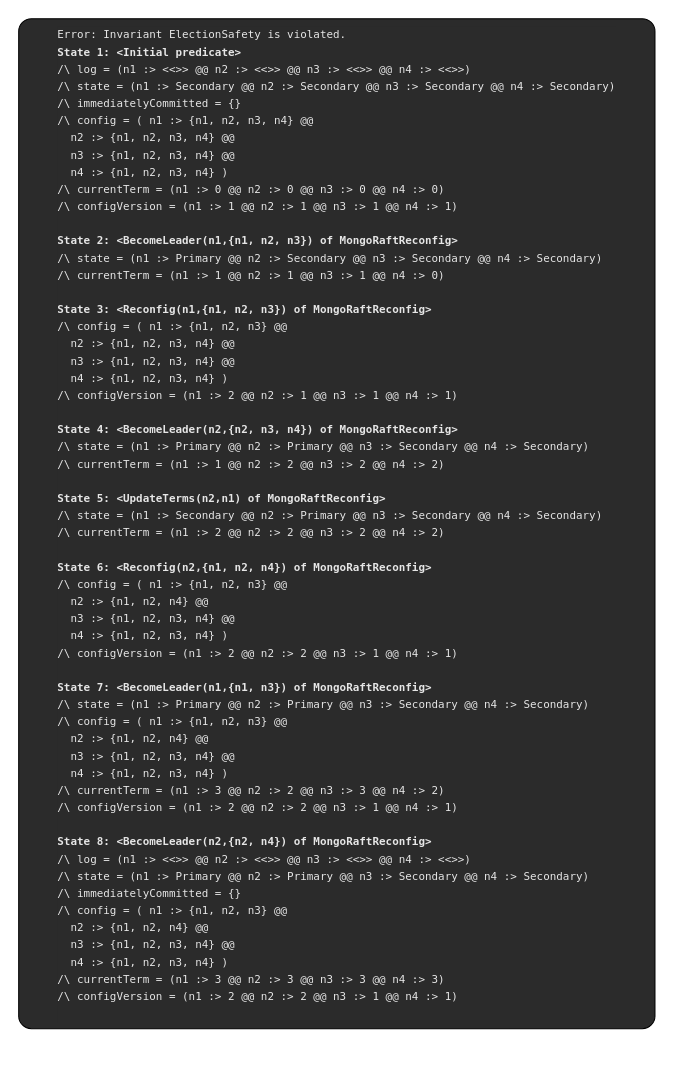
Before: page "t4" (3 of 8) of traces/traces.drawio in will62794/reconfig-traces, a draw.io diagram. Source tidied: cells renumbered, new cells numbered last; positions are measured from the earlier drawing's top-left corner, leaving out a move shared by most shapes. Both pictures are drawn from the tidied source at 101%, with x=0, y=0 at pixel (18, 18).
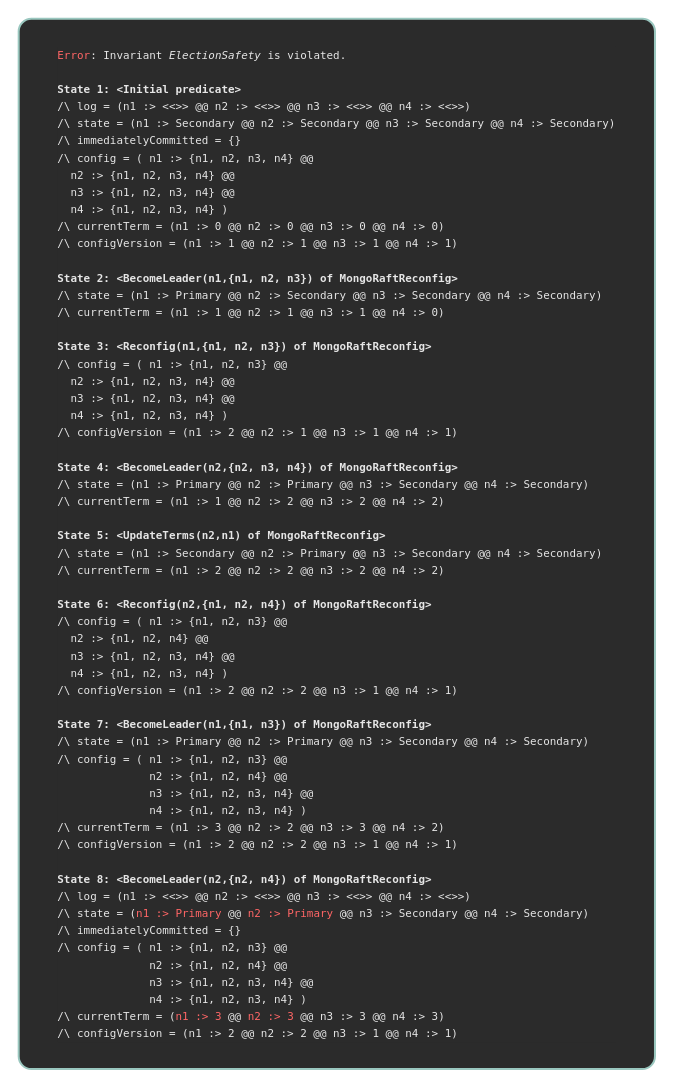
The same diagram, later.

What changed in the source:
```diff
@@
 <mxGraphModel>
   <root>
     <mxCell id="0" />
     <mxCell id="1" parent="0" />
-    <mxCell id="2" value="&lt;div style=&quot;background-color: rgb(43, 43, 43); line-height: 16px;&quot;&gt;&lt;div style=&quot;text-align: left;&quot;&gt;&lt;font style=&quot;color: rgb(230, 230, 230);&quot; face=&quot;Menlo, Monaco, Courier New, monospace&quot;&gt;&lt;span style=&quot;font-size: 10.8px; white-space: pre;&quot;&gt;Error: Invariant ElectionSafety is violated.&lt;br&gt;&lt;b&gt;State 1: &amp;lt;Initial predicate&amp;gt;&lt;br&gt;&lt;/b&gt;/\ log = (n1 :&amp;gt; &amp;lt;&amp;lt;&amp;gt;&amp;gt; @@ n2 :&amp;gt; &amp;lt;&amp;lt;&amp;gt;&amp;gt; @@ n3 :&amp;gt; &amp;lt;&amp;lt;&amp;gt;&amp;gt; @@ n4 :&amp;gt; &amp;lt;&amp;lt;&amp;gt;&amp;gt;)&lt;br&gt;/\ state = (n1 :&amp;gt; Secondary @@ n2 :&amp;gt; Secondary @@ n3 :&amp;gt; Secondary @@ n4 :&amp;gt; Secondary)&lt;br&gt;/\ immediatelyCommitted = {}&lt;br&gt;/\ config = ( n1 :&amp;gt; {n1, n2, n3, n4} @@&lt;br&gt;  n2 :&amp;gt; {n1, n2, n3, n4} @@&lt;br&gt;  n3 :&amp;gt; {n1, n2, n3, n4} @@&lt;br&gt;  n4 :&amp;gt; {n1, n2, n3, n4} )&lt;br&gt;/\ currentTerm = (n1 :&amp;gt; 0 @@ n2 :&amp;gt; 0 @@ n3 :&amp;gt; 0 @@ n4 :&amp;gt; 0)&lt;br&gt;/\ configVersion = (n1 :&amp;gt; 1 @@ n2 :&amp;gt; 1 @@ n3 :&amp;gt; 1 @@ n4 :&amp;gt; 1)&lt;br&gt;&lt;br&gt;&lt;b&gt;State 2: &amp;lt;BecomeLeader(n1,{n1, n2, n3}) of MongoRaftReconfig&amp;gt;&lt;br&gt;&lt;/b&gt;/\ state = (n1 :&amp;gt; Primary @@ n2 :&amp;gt; Secondary @@ n3 :&amp;gt; Secondary @@ n4 :&amp;gt; Secondary)&lt;br&gt;/\ currentTerm = (n1 :&amp;gt; 1 @@ n2 :&amp;gt; 1 @@ n3 :&amp;gt; 1 @@ n4 :&amp;gt; 0)&lt;br&gt;&lt;br&gt;&lt;b&gt;State 3: &amp;lt;Reconfig(n1,{n1, n2, n3}) of MongoRaftReconfig&amp;gt;&lt;br&gt;&lt;/b&gt;/\ config = ( n1 :&amp;gt; {n1, n2, n3} @@&lt;br&gt;  n2 :&amp;gt; {n1, n2, n3, n4} @@&lt;br&gt;  n3 :&amp;gt; {n1, n2, n3, n4} @@&lt;br&gt;  n4 :&amp;gt; {n1, n2, n3, n4} )&lt;br&gt;/\ configVersion = (n1 :&amp;gt; 2 @@ n2 :&amp;gt; 1 @@ n3 :&amp;gt; 1 @@ n4 :&amp;gt; 1)&lt;br&gt;&lt;br&gt;&lt;b&gt;State 4: &amp;lt;BecomeLeader(n2,{n2, n3, n4}) of MongoRaftReconfig&amp;gt;&lt;br&gt;&lt;/b&gt;/\ state = (n1 :&amp;gt; Primary @@ n2 :&amp;gt; Primary @@ n3 :&amp;gt; Secondary @@ n4 :&amp;gt; Secondary)&lt;br&gt;/\ currentTerm = (n1 :&amp;gt; 1 @@ n2 :&amp;gt; 2 @@ n3 :&amp;gt; 2 @@ n4 :&amp;gt; 2)&lt;br&gt;&lt;br&gt;&lt;b&gt;State 5: &amp;lt;UpdateTerms(n2,n1) of MongoRaftReconfig&amp;gt;&lt;br&gt;&lt;/b&gt;/\ state = (n1 :&amp;gt; Secondary @@ n2 :&amp;gt; Primary @@ n3 :&amp;gt; Secondary @@ n4 :&amp;gt; Secondary)&lt;br&gt;/\ currentTerm = (n1 :&amp;gt; 2 @@ n2 :&amp;gt; 2 @@ n3 :&amp;gt; 2 @@ n4 :&amp;gt; 2)&lt;br&gt;&lt;br&gt;&lt;b&gt;State 6: &amp;lt;Reconfig(n2,{n1, n2, n4}) of MongoRaftReconfig&amp;gt;&lt;br&gt;&lt;/b&gt;/\ config = ( n1 :&amp;gt; {n1, n2, n3} @@&lt;br&gt;  n2 :&amp;gt; {n1, n2, n4} @@&lt;br&gt;  n3 :&amp;gt; {n1, n2, n3, n4} @@&lt;br&gt;  n4 :&amp;gt; {n1, n2, n3, n4} )&lt;br&gt;/\ configVersion = (n1 :&amp;gt; 2 @@ n2 :&amp;gt; 2 @@ n3 :&amp;gt; 1 @@ n4 :&amp;gt; 1)&lt;br&gt;&lt;br&gt;&lt;b&gt;State 7: &amp;lt;BecomeLeader(n1,{n1, n3}) of MongoRaftReconfig&amp;gt;&lt;br&gt;&lt;/b&gt;/\ state = (n1 :&amp;gt; Primary @@ n2 :&amp;gt; Primary @@ n3 :&amp;gt; Secondary @@ n4 :&amp;gt; Secondary)&lt;br&gt;/\ config = ( n1 :&amp;gt; {n1, n2, n3} @@&lt;br&gt;  n2 :&amp;gt; {n1, n2, n4} @@&lt;br&gt;  n3 :&amp;gt; {n1, n2, n3, n4} @@&lt;br&gt;  n4 :&amp;gt; {n1, n2, n3, n4} )&lt;br&gt;/\ currentTerm = (n1 :&amp;gt; 3 @@ n2 :&amp;gt; 2 @@ n3 :&amp;gt; 3 @@ n4 :&amp;gt; 2)&lt;br&gt;/\ configVersion = (n1 :&amp;gt; 2 @@ n2 :&amp;gt; 2 @@ n3 :&amp;gt; 1 @@ n4 :&amp;gt; 1)&lt;br&gt;&lt;br&gt;&lt;b&gt;State 8: &amp;lt;BecomeLeader(n2,{n2, n4}) of MongoRaftReconfig&amp;gt;&lt;br&gt;&lt;/b&gt;/\ log = (n1 :&amp;gt; &amp;lt;&amp;lt;&amp;gt;&amp;gt; @@ n2 :&amp;gt; &amp;lt;&amp;lt;&amp;gt;&amp;gt; @@ n3 :&amp;gt; &amp;lt;&amp;lt;&amp;gt;&amp;gt; @@ n4 :&amp;gt; &amp;lt;&amp;lt;&amp;gt;&amp;gt;)&lt;br&gt;/\ state = (n1 :&amp;gt; Primary @@ n2 :&amp;gt; Primary @@ n3 :&amp;gt; Secondary @@ n4 :&amp;gt; Secondary)&lt;br&gt;/\ immediatelyCommitted = {}&lt;br&gt;/\ config = ( n1 :&amp;gt; {n1, n2, n3} @@&lt;br&gt;  n2 :&amp;gt; {n1, n2, n4} @@&lt;br&gt;  n3 :&amp;gt; {n1, n2, n3, n4} @@&lt;br&gt;  n4 :&amp;gt; {n1, n2, n3, n4} )&lt;br&gt;/\ currentTerm = (n1 :&amp;gt; 3 @@ n2 :&amp;gt; 3 @@ n3 :&amp;gt; 3 @@ n4 :&amp;gt; 3)&lt;br&gt;/\ configVersion = (n1 :&amp;gt; 2 @@ n2 :&amp;gt; 2 @@ n3 :&amp;gt; 1 @@ n4 :&amp;gt; 1)&lt;br&gt;&lt;/span&gt;&lt;/font&gt;&lt;span style=&quot;color: rgb(169, 183, 198); font-family: Menlo, Monaco, &amp;quot;Courier New&amp;quot;, monospace; font-size: 10.8px; white-space: pre;&quot;&gt;&lt;br&gt;&lt;/span&gt;&lt;/div&gt;&lt;/div&gt;" style="text;html=1;align=center;verticalAlign=middle;whiteSpace=wrap;rounded=1;strokeColor=default;fillColor=light-dark(#2B2B2B,#282A35);gradientColor=none;arcSize=2;" parent="1" vertex="1">
-      <mxGeometry width="630" height="1000" as="geometry" />
+    <mxCell id="2" value="&lt;div style=&quot;background-color: rgb(43, 43, 43); line-height: 16px;&quot;&gt;&lt;div style=&quot;text-align: left;&quot;&gt;&lt;font face=&quot;Menlo, Monaco, Courier New, monospace&quot;&gt;&lt;span style=&quot;font-size: 10.8px; white-space: pre;&quot;&gt;&lt;font style=&quot;color: rgb(255, 102, 102);&quot;&gt;Error&lt;/font&gt;&lt;font color=&quot;#e6e6e6&quot;&gt;: Invariant &lt;i&gt;ElectionSafety&lt;/i&gt; is violated.&lt;br&gt;&lt;/font&gt;&lt;b style=&quot;color: rgb(230, 230, 230);&quot;&gt;&lt;br&gt;&lt;/b&gt;&lt;/span&gt;&lt;/font&gt;&lt;/div&gt;&lt;div style=&quot;text-align: left;&quot;&gt;&lt;font face=&quot;Menlo, Monaco, Courier New, monospace&quot;&gt;&lt;span style=&quot;font-size: 10.8px; white-space: pre;&quot;&gt;&lt;b style=&quot;color: rgb(230, 230, 230);&quot;&gt;State 1: &amp;lt;Initial predicate&amp;gt;&lt;br&gt;&lt;/b&gt;&lt;font color=&quot;#e6e6e6&quot;&gt;/\ log = (n1 :&amp;gt; &amp;lt;&amp;lt;&amp;gt;&amp;gt; @@ n2 :&amp;gt; &amp;lt;&amp;lt;&amp;gt;&amp;gt; @@ n3 :&amp;gt; &amp;lt;&amp;lt;&amp;gt;&amp;gt; @@ n4 :&amp;gt; &amp;lt;&amp;lt;&amp;gt;&amp;gt;)&lt;br&gt;/\ state = (n1 :&amp;gt; Secondary @@ n2 :&amp;gt; Secondary @@ n3 :&amp;gt; Secondary @@ n4 :&amp;gt; Secondary)&lt;br&gt;/\ immediatelyCommitted = {}&lt;br&gt;/\ config = ( n1 :&amp;gt; {n1, n2, n3, n4} @@&lt;br&gt;  n2 :&amp;gt; {n1, n2, n3, n4} @@&lt;br&gt;  n3 :&amp;gt; {n1, n2, n3, n4} @@&lt;br&gt;  n4 :&amp;gt; {n1, n2, n3, n4} )&lt;br&gt;/\ currentTerm = (n1 :&amp;gt; 0 @@ n2 :&amp;gt; 0 @@ n3 :&amp;gt; 0 @@ n4 :&amp;gt; 0)&lt;br&gt;/\ configVersion = (n1 :&amp;gt; 1 @@ n2 :&amp;gt; 1 @@ n3 :&amp;gt; 1 @@ n4 :&amp;gt; 1)&lt;br&gt;&lt;br&gt;&lt;/font&gt;&lt;b style=&quot;color: rgb(230, 230, 230);&quot;&gt;State 2: &amp;lt;BecomeLeader(n1,{n1, n2, n3}) of MongoRaftReconfig&amp;gt;&lt;br&gt;&lt;/b&gt;&lt;font color=&quot;#e6e6e6&quot;&gt;/\ state = (n1 :&amp;gt; Primary @@ n2 :&amp;gt; Secondary @@ n3 :&amp;gt; Secondary @@ n4 :&amp;gt; Secondary)&lt;br&gt;/\ currentTerm = (n1 :&amp;gt; 1 @@ n2 :&amp;gt; 1 @@ n3 :&amp;gt; 1 @@ n4 :&amp;gt; 0)&lt;br&gt;&lt;br&gt;&lt;/font&gt;&lt;b style=&quot;color: rgb(230, 230, 230);&quot;&gt;State 3: &amp;lt;Reconfig(n1,{n1, n2, n3}) of MongoRaftReconfig&amp;gt;&lt;br&gt;&lt;/b&gt;&lt;font color=&quot;#e6e6e6&quot;&gt;/\ config = ( n1 :&amp;gt; {n1, n2, n3} @@&lt;br&gt;  n2 :&amp;gt; {n1, n2, n3, n4} @@&lt;br&gt;  n3 :&amp;gt; {n1, n2, n3, n4} @@&lt;br&gt;  n4 :&amp;gt; {n1, n2, n3, n4} )&lt;br&gt;/\ configVersion = (n1 :&amp;gt; 2 @@ n2 :&amp;gt; 1 @@ n3 :&amp;gt; 1 @@ n4 :&amp;gt; 1)&lt;br&gt;&lt;br&gt;&lt;/font&gt;&lt;b style=&quot;color: rgb(230, 230, 230);&quot;&gt;State 4: &amp;lt;BecomeLeader(n2,{n2, n3, n4}) of MongoRaftReconfig&amp;gt;&lt;br&gt;&lt;/b&gt;&lt;font color=&quot;#e6e6e6&quot;&gt;/\ state = (n1 :&amp;gt; Primary @@ n2 :&amp;gt; Primary @@ n3 :&amp;gt; Secondary @@ n4 :&amp;gt; Secondary)&lt;br&gt;/\ currentTerm = (n1 :&amp;gt; 1 @@ n2 :&amp;gt; 2 @@ n3 :&amp;gt; 2 @@ n4 :&amp;gt; 2)&lt;br&gt;&lt;br&gt;&lt;/font&gt;&lt;b style=&quot;color: rgb(230, 230, 230);&quot;&gt;State 5: &amp;lt;UpdateTerms(n2,n1) of MongoRaftReconfig&amp;gt;&lt;br&gt;&lt;/b&gt;&lt;font color=&quot;#e6e6e6&quot;&gt;/\ state = (n1 :&amp;gt; Secondary @@ n2 :&amp;gt; Primary @@ n3 :&amp;gt; Secondary @@ n4 :&amp;gt; Secondary)&lt;br&gt;/\ currentTerm = (n1 :&amp;gt; 2 @@ n2 :&amp;gt; 2 @@ n3 :&amp;gt; 2 @@ n4 :&amp;gt; 2)&lt;br&gt;&lt;br&gt;&lt;/font&gt;&lt;b style=&quot;color: rgb(230, 230, 230);&quot;&gt;State 6: &amp;lt;Reconfig(n2,{n1, n2, n4}) of MongoRaftReconfig&amp;gt;&lt;br&gt;&lt;/b&gt;&lt;font color=&quot;#e6e6e6&quot;&gt;/\ config = ( n1 :&amp;gt; {n1, n2, n3} @@&lt;br&gt;  n2 :&amp;gt; {n1, n2, n4} @@&lt;br&gt;  n3 :&amp;gt; {n1, n2, n3, n4} @@&lt;br&gt;  n4 :&amp;gt; {n1, n2, n3, n4} )&lt;br&gt;/\ configVersion = (n1 :&amp;gt; 2 @@ n2 :&amp;gt; 2 @@ n3 :&amp;gt; 1 @@ n4 :&amp;gt; 1)&lt;br&gt;&lt;br&gt;&lt;/font&gt;&lt;b style=&quot;color: rgb(230, 230, 230);&quot;&gt;State 7: &amp;lt;BecomeLeader(n1,{n1, n3}) of MongoRaftReconfig&amp;gt;&lt;br&gt;&lt;/b&gt;&lt;font color=&quot;#e6e6e6&quot;&gt;/\ state = (n1 :&amp;gt; Primary @@ n2 :&amp;gt; Primary @@ n3 :&amp;gt; Secondary @@ n4 :&amp;gt; Secondary)&lt;br&gt;/\ config = ( n1 :&amp;gt; {n1, n2, n3} @@&lt;br&gt;              n2 :&amp;gt; {n1, n2, n4} @@&lt;br&gt;              n3 :&amp;gt; {n1, n2, n3, n4} @@&lt;br&gt;              n4 :&amp;gt; {n1, n2, n3, n4} )&lt;br&gt;/\ currentTerm = (n1 :&amp;gt; 3 @@ n2 :&amp;gt; 2 @@ n3 :&amp;gt; 3 @@ n4 :&amp;gt; 2)&lt;br&gt;/\ configVersion = (n1 :&amp;gt; 2 @@ n2 :&amp;gt; 2 @@ n3 :&amp;gt; 1 @@ n4 :&amp;gt; 1)&lt;br&gt;&lt;br&gt;&lt;/font&gt;&lt;b style=&quot;color: rgb(230, 230, 230);&quot;&gt;State 8: &amp;lt;BecomeLeader(n2,{n2, n4}) of MongoRaftReconfig&amp;gt;&lt;br&gt;&lt;/b&gt;&lt;font color=&quot;#e6e6e6&quot;&gt;/\ log = (n1 :&amp;gt; &amp;lt;&amp;lt;&amp;gt;&amp;gt; @@ n2 :&amp;gt; &amp;lt;&amp;lt;&amp;gt;&amp;gt; @@ n3 :&amp;gt; &amp;lt;&amp;lt;&amp;gt;&amp;gt; @@ n4 :&amp;gt; &amp;lt;&amp;lt;&amp;gt;&amp;gt;)&lt;br&gt;/\ state = (&lt;/font&gt;&lt;font style=&quot;color: rgb(255, 102, 102);&quot;&gt;n1 :&amp;gt; Primary&lt;/font&gt;&lt;font color=&quot;#e6e6e6&quot;&gt; @@ &lt;/font&gt;&lt;font style=&quot;color: rgb(255, 102, 102);&quot;&gt;n2 :&amp;gt; Primary&lt;/font&gt;&lt;font color=&quot;#e6e6e6&quot;&gt; @@ n3 :&amp;gt; Secondary @@ n4 :&amp;gt; Secondary)&lt;br&gt;/\ immediatelyCommitted = {}&lt;br&gt;/\ config = ( n1 :&amp;gt; {n1, n2, n3} @@&lt;br&gt;              n2 :&amp;gt; {n1, n2, n4} @@&lt;br&gt;              n3 :&amp;gt; {n1, n2, n3, n4} @@&lt;br&gt;              n4 :&amp;gt; {n1, n2, n3, n4} )&lt;br&gt;/\ currentTerm = (&lt;/font&gt;&lt;font style=&quot;color: rgb(255, 102, 102);&quot;&gt;n1 :&amp;gt; 3&lt;/font&gt;&lt;font color=&quot;#e6e6e6&quot;&gt; @@ &lt;/font&gt;&lt;font style=&quot;color: rgb(255, 102, 102);&quot;&gt;n2 :&amp;gt; 3&lt;/font&gt;&lt;font color=&quot;#e6e6e6&quot;&gt; @@ n3 :&amp;gt; 3 @@ n4 :&amp;gt; 3)&lt;br&gt;/\ configVersion = (n1 :&amp;gt; 2 @@ n2 :&amp;gt; 2 @@ n3 :&amp;gt; 1 @@ n4 :&amp;gt; 1)&lt;/font&gt;&lt;/span&gt;&lt;/font&gt;&lt;span style=&quot;color: rgb(169, 183, 198); font-family: Menlo, Monaco, &amp;quot;Courier New&amp;quot;, monospace; font-size: 10.8px; white-space: pre;&quot;&gt;&lt;br&gt;&lt;/span&gt;&lt;/div&gt;&lt;/div&gt;" style="text;html=1;align=center;verticalAlign=middle;whiteSpace=wrap;rounded=1;strokeColor=#9AC7BF;fillColor=light-dark(#2B2B2B,#282A35);gradientColor=none;arcSize=2;strokeWidth=2;" parent="1" vertex="1">
+      <mxGeometry width="630" height="1040" as="geometry" />
     </mxCell>
   </root>
 </mxGraphModel>
```
